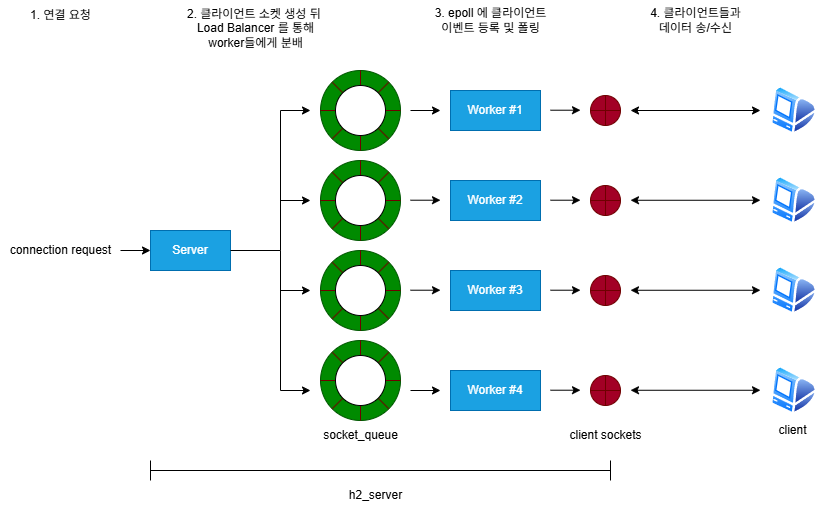
The draw.io diagram assets/img/projects/h2_server/acceptor_worker_overview.png in hyeonsu-choe/hyeonsu-choe.github.io, before a commit. Source tidied: cells renumbered, new cells last; positions are measured from the earlier drawing's top-left corner, leaving out a move shared by most shapes.
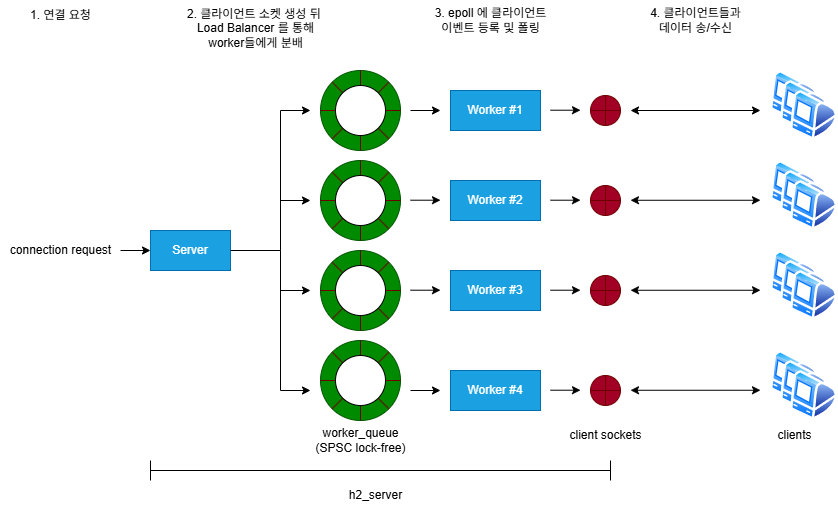
After the commit.

Commit message:
docs: update h2server post for SPSC lock-free queue

Change to the diagram source:
```diff
@@ -236,16 +236,16 @@
       <mxGeometry x="420" width="140" height="40" as="geometry" />
     </mxCell>
     <mxCell id="65" style="image;perimeter=ellipsePerimeter;html=1;align=center;shadow=0;dashed=0;spacingTop=3;image=img/lib/active_directory/mac_client.svg;" parent="1" vertex="1">
-      <mxGeometry x="770" y="85" width="47" height="50" as="geometry" />
+      <mxGeometry x="770" y="70" width="47" height="50" as="geometry" />
     </mxCell>
     <mxCell id="66" style="image;perimeter=ellipsePerimeter;html=1;align=center;shadow=0;dashed=0;spacingTop=3;image=img/lib/active_directory/mac_client.svg;" parent="1" vertex="1">
-      <mxGeometry x="770" y="175" width="47" height="50" as="geometry" />
+      <mxGeometry x="770" y="160" width="47" height="50" as="geometry" />
     </mxCell>
     <mxCell id="67" style="image;perimeter=ellipsePerimeter;html=1;align=center;shadow=0;dashed=0;spacingTop=3;image=img/lib/active_directory/mac_client.svg;" parent="1" vertex="1">
-      <mxGeometry x="770" y="265" width="47" height="50" as="geometry" />
+      <mxGeometry x="770" y="250" width="47" height="50" as="geometry" />
     </mxCell>
     <mxCell id="68" style="image;perimeter=ellipsePerimeter;html=1;align=center;shadow=0;dashed=0;spacingTop=3;image=img/lib/active_directory/mac_client.svg;" parent="1" vertex="1">
-      <mxGeometry x="770" y="365" width="47" height="50" as="geometry" />
+      <mxGeometry x="770" y="350" width="47" height="50" as="geometry" />
     </mxCell>
     <mxCell id="69" style="endArrow=classic;startArrow=classic;html=1;rounded=0;" parent="1" edge="1">
       <mxGeometry relative="1" as="geometry">
@@ -271,11 +271,11 @@
         <mxPoint x="760" y="389.8" as="targetPoint" />
       </mxGeometry>
     </mxCell>
-    <mxCell id="73" value="socket_queue" style="text;html=1;align=center;verticalAlign=middle;strokeColor=none;fillColor=none;" parent="1" vertex="1">
-      <mxGeometry x="310" y="420" width="100" height="30" as="geometry" />
+    <mxCell id="73" value="worker_queue&lt;div&gt;(SPSC lock-free)&lt;/div&gt;" style="text;html=1;align=center;verticalAlign=middle;strokeColor=none;fillColor=none;" parent="1" vertex="1">
+      <mxGeometry x="305" y="420" width="110" height="40" as="geometry" />
     </mxCell>
-    <mxCell id="74" value="client" style="text;html=1;align=center;verticalAlign=middle;strokeColor=none;fillColor=none;" parent="1" vertex="1">
-      <mxGeometry x="767" y="415" width="50" height="30" as="geometry" />
+    <mxCell id="74" value="clients" style="text;html=1;align=center;verticalAlign=middle;strokeColor=none;fillColor=none;" parent="1" vertex="1">
+      <mxGeometry x="763.5" y="420" width="60" height="30" as="geometry" />
     </mxCell>
     <mxCell id="75" value="client sockets" style="text;html=1;align=center;verticalAlign=middle;strokeColor=none;fillColor=none;" parent="1" vertex="1">
       <mxGeometry x="555" y="420" width="100" height="30" as="geometry" />
@@ -286,5 +286,29 @@
     <mxCell id="77" value="h2_server" style="text;html=1;align=center;verticalAlign=middle;strokeColor=none;fillColor=none;" parent="1" vertex="1">
       <mxGeometry x="335" y="480" width="80" height="30" as="geometry" />
     </mxCell>
+    <mxCell id="78" style="image;perimeter=ellipsePerimeter;html=1;align=center;shadow=0;dashed=0;spacingTop=3;image=img/lib/active_directory/mac_client.svg;" parent="1" vertex="1">
+      <mxGeometry x="780" y="80" width="47" height="50" as="geometry" />
+    </mxCell>
+    <mxCell id="79" style="image;perimeter=ellipsePerimeter;html=1;align=center;shadow=0;dashed=0;spacingTop=3;image=img/lib/active_directory/mac_client.svg;" parent="1" vertex="1">
+      <mxGeometry x="780" y="170" width="47" height="50" as="geometry" />
+    </mxCell>
+    <mxCell id="80" style="image;perimeter=ellipsePerimeter;html=1;align=center;shadow=0;dashed=0;spacingTop=3;image=img/lib/active_directory/mac_client.svg;" parent="1" vertex="1">
+      <mxGeometry x="780" y="260" width="47" height="50" as="geometry" />
+    </mxCell>
+    <mxCell id="81" style="image;perimeter=ellipsePerimeter;html=1;align=center;shadow=0;dashed=0;spacingTop=3;image=img/lib/active_directory/mac_client.svg;" parent="1" vertex="1">
+      <mxGeometry x="780" y="360" width="47" height="50" as="geometry" />
+    </mxCell>
+    <mxCell id="82" style="image;perimeter=ellipsePerimeter;html=1;align=center;shadow=0;dashed=0;spacingTop=3;image=img/lib/active_directory/mac_client.svg;" parent="1" vertex="1">
+      <mxGeometry x="790" y="90" width="47" height="50" as="geometry" />
+    </mxCell>
+    <mxCell id="83" style="image;perimeter=ellipsePerimeter;html=1;align=center;shadow=0;dashed=0;spacingTop=3;image=img/lib/active_directory/mac_client.svg;" parent="1" vertex="1">
+      <mxGeometry x="790" y="180" width="47" height="50" as="geometry" />
+    </mxCell>
+    <mxCell id="84" style="image;perimeter=ellipsePerimeter;html=1;align=center;shadow=0;dashed=0;spacingTop=3;image=img/lib/active_directory/mac_client.svg;" parent="1" vertex="1">
+      <mxGeometry x="790" y="270" width="47" height="50" as="geometry" />
+    </mxCell>
+    <mxCell id="85" style="image;perimeter=ellipsePerimeter;html=1;align=center;shadow=0;dashed=0;spacingTop=3;image=img/lib/active_directory/mac_client.svg;" parent="1" vertex="1">
+      <mxGeometry x="790" y="370" width="47" height="50" as="geometry" />
+    </mxCell>
   </root>
 </mxGraphModel>
```
